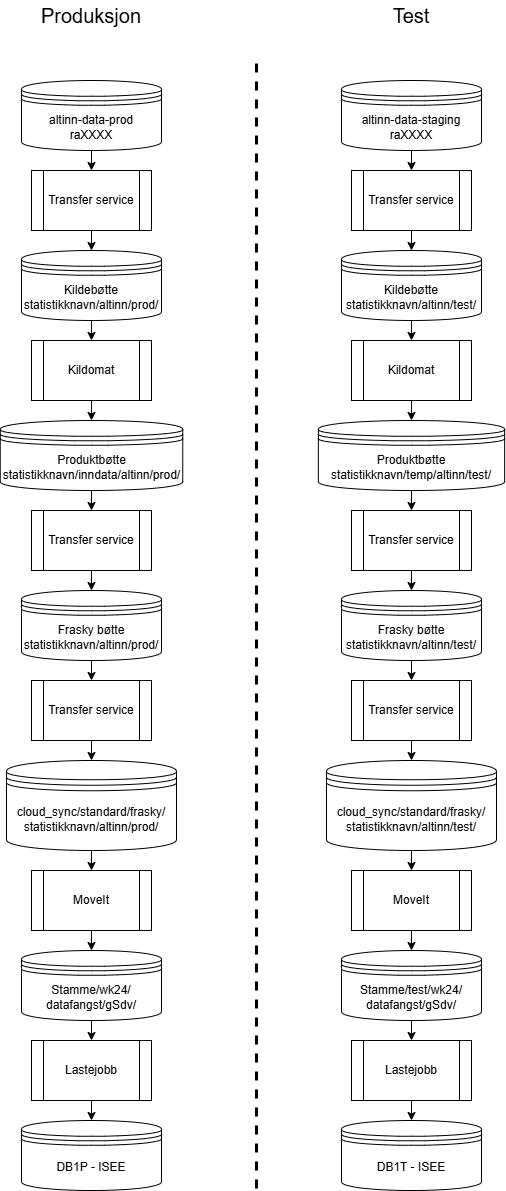
statisticsnorway/dapla-manual keeps this draw.io diagram as dapla-manual/images/altinn3-isee-flow.png. Above is the earlier version. Source tidied: cells renumbered, new cells last; positions are measured from the earlier drawing's top-left corner, leaving out a move shared by most shapes.
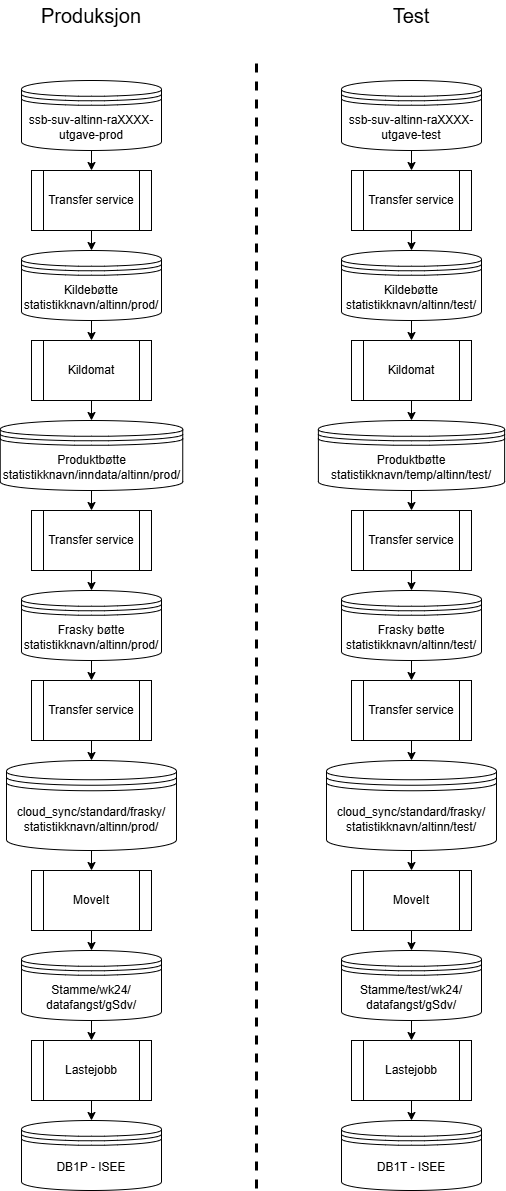
Above is the later version.

The edit, as a diff of the source:
```diff
@@ -20,7 +20,7 @@
     <mxCell id="7" value="Kildebøtte&lt;div&gt;statistikknavn/altinn/prod/&lt;/div&gt;" style="shape=datastore;whiteSpace=wrap;html=1;" parent="1" vertex="1">
       <mxGeometry x="21" y="250" width="140" height="70" as="geometry" />
     </mxCell>
-    <mxCell id="8" value="altinn-data-prod&lt;div&gt;raXXXX&lt;/div&gt;" style="shape=datastore;whiteSpace=wrap;html=1;" parent="1" vertex="1">
+    <mxCell id="8" value="ssb-suv-altinn-&lt;span style=&quot;background-color: transparent; color: light-dark(rgb(0, 0, 0), rgb(255, 255, 255));&quot;&gt;raXXXX-utgave-prod&lt;/span&gt;" style="shape=datastore;whiteSpace=wrap;html=1;" parent="1" vertex="1">
       <mxGeometry x="21" y="80" width="140" height="70" as="geometry" />
     </mxCell>
     <mxCell id="9" value="Produktbøtte&lt;div&gt;statistikknavn/inndata/altinn/prod/&lt;/div&gt;" style="shape=datastore;whiteSpace=wrap;html=1;" parent="1" vertex="1">
@@ -95,7 +95,7 @@
     <mxCell id="32" value="Kildebøtte&lt;div&gt;statistikknavn/altinn/test/&lt;/div&gt;" style="shape=datastore;whiteSpace=wrap;html=1;" parent="1" vertex="1">
       <mxGeometry x="341" y="250" width="140" height="70" as="geometry" />
     </mxCell>
-    <mxCell id="33" value="altinn-data-staging&lt;div&gt;raXXXX&lt;/div&gt;" style="shape=datastore;whiteSpace=wrap;html=1;" parent="1" vertex="1">
+    <mxCell id="33" value="ssb-suv-altinn-&lt;span style=&quot;color: light-dark(rgb(0, 0, 0), rgb(255, 255, 255)); background-color: transparent;&quot;&gt;raXXXX-utgave-test&lt;/span&gt;" style="shape=datastore;whiteSpace=wrap;html=1;" parent="1" vertex="1">
       <mxGeometry x="341" y="80" width="140" height="70" as="geometry" />
     </mxCell>
     <mxCell id="34" value="Produktbøtte&lt;div&gt;statistikknavn/temp/altinn/test/&lt;/div&gt;" style="shape=datastore;whiteSpace=wrap;html=1;" parent="1" vertex="1">
```
